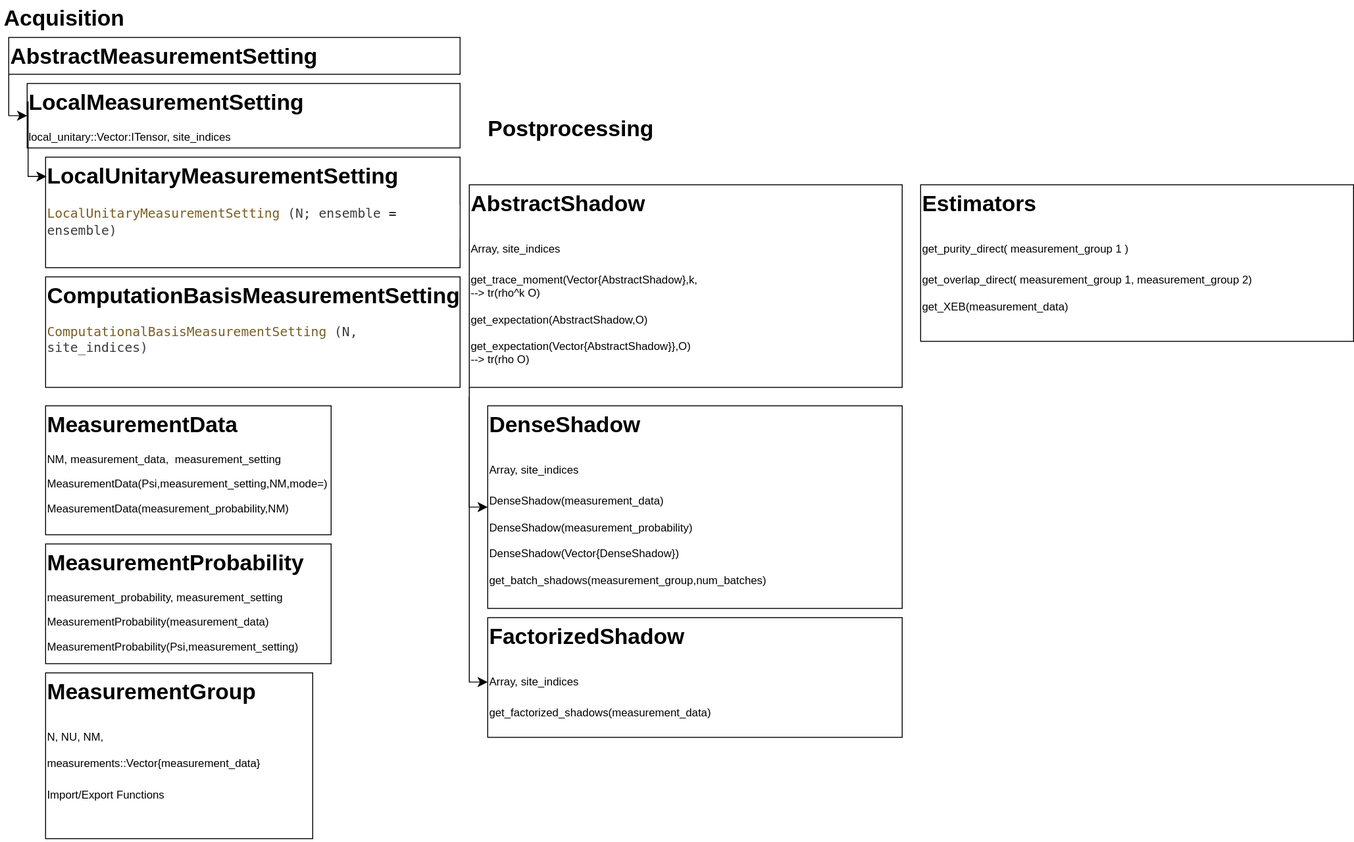
Earlier version of the draw.io export StructureRandomMeas.drawio.svg (bvermersch/RandomMeas.jl). Source tidied: cells renumbered, new cells last; positions are measured from the earlier drawing's top-left corner, leaving out a move shared by most shapes.
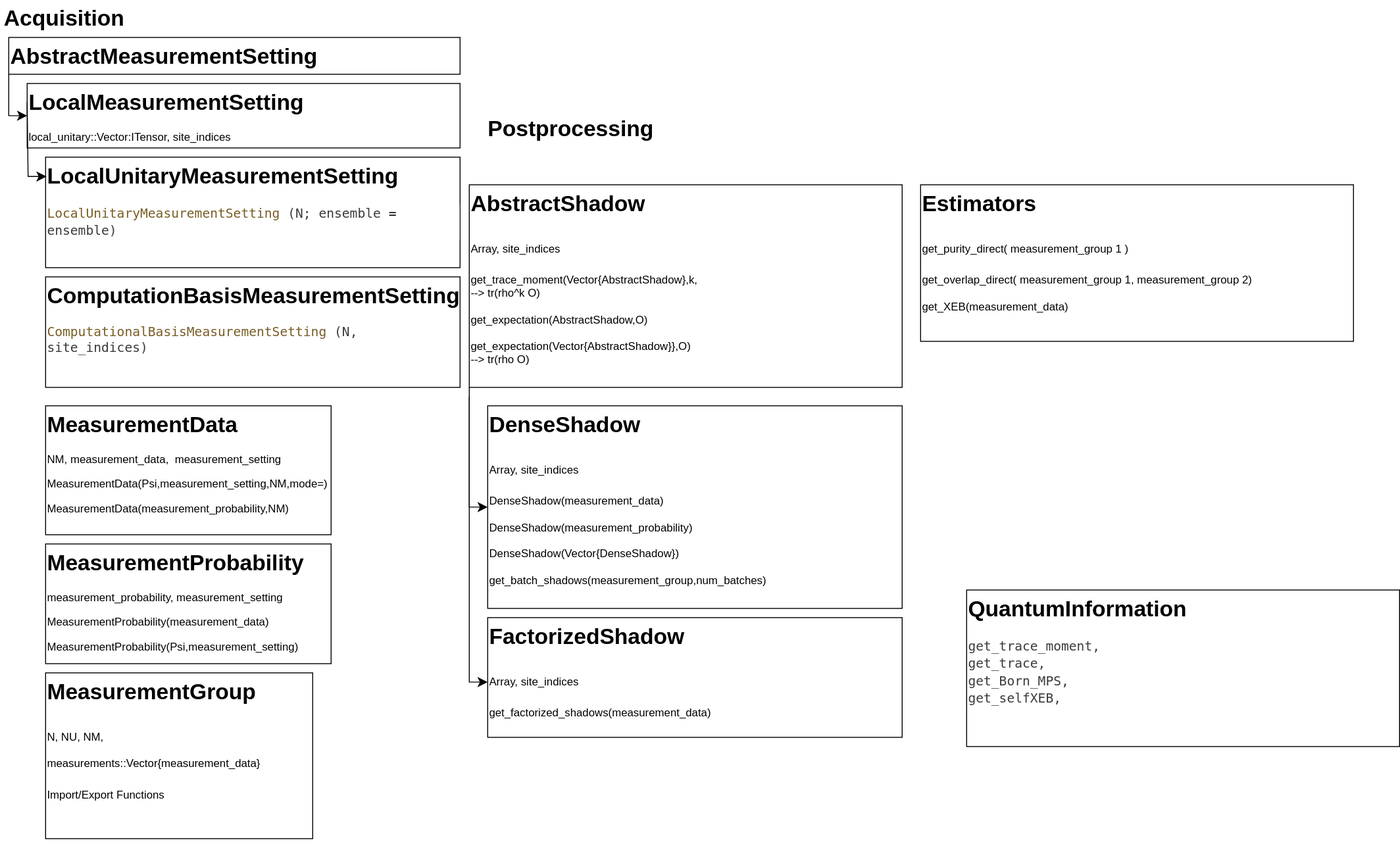
After the commit.

Change to the diagram source:
```diff
@@ -74,5 +74,8 @@
     <mxCell id="18" value="&lt;h1 style=&quot;margin-top: 0px;&quot;&gt;ComputationBasisMeasurementSetting&lt;/h1&gt;&lt;p&gt;&lt;span style=&quot;font-family: &amp;quot;Droid Sans Mono&amp;quot;, &amp;quot;monospace&amp;quot;, monospace; font-size: 14px; color: rgb(121, 94, 38);&quot;&gt;ComputationalBasisMeasurementSetting&lt;/span&gt;&lt;span style=&quot;background-color: rgb(255, 255, 255); color: rgb(59, 59, 59); font-family: &amp;quot;Droid Sans Mono&amp;quot;, &amp;quot;monospace&amp;quot;, monospace; font-size: 14px;&quot;&gt;(N, site_indices)&lt;/span&gt;&lt;br&gt;&lt;/p&gt;&lt;p&gt;&lt;br&gt;&lt;/p&gt;" style="text;html=1;whiteSpace=wrap;overflow=hidden;rounded=0;strokeColor=default;" parent="1" vertex="1">
       <mxGeometry x="40" y="300" width="450" height="120" as="geometry" />
     </mxCell>
+    <mxCell id="19" value="&lt;h1 style=&quot;margin-top: 0px;&quot;&gt;&lt;span style=&quot;background-color: transparent; color: light-dark(rgb(0, 0, 0), rgb(255, 255, 255));&quot;&gt;QuantumInformation&lt;/span&gt;&lt;/h1&gt;&lt;h1 style=&quot;margin-top: 0px;&quot;&gt;&lt;div style=&quot;color: rgb(59, 59, 59); background-color: rgb(255, 255, 255); font-family: &amp;quot;Droid Sans Mono&amp;quot;, &amp;quot;monospace&amp;quot;, monospace; font-weight: normal; font-size: 14px; line-height: 19px;&quot;&gt;&lt;div&gt; get_trace_moment,&lt;/div&gt;&lt;div&gt; get_trace,&lt;/div&gt;&lt;div&gt; get_Born_MPS,&lt;/div&gt;&lt;div&gt; get_selfXEB,&lt;/div&gt;&lt;/div&gt;&lt;/h1&gt;" style="text;html=1;whiteSpace=wrap;overflow=hidden;rounded=0;strokeColor=default;" parent="1" vertex="1">
+      <mxGeometry x="1040" y="640" width="470" height="170" as="geometry" />
+    </mxCell>
   </root>
 </mxGraphModel>
```
